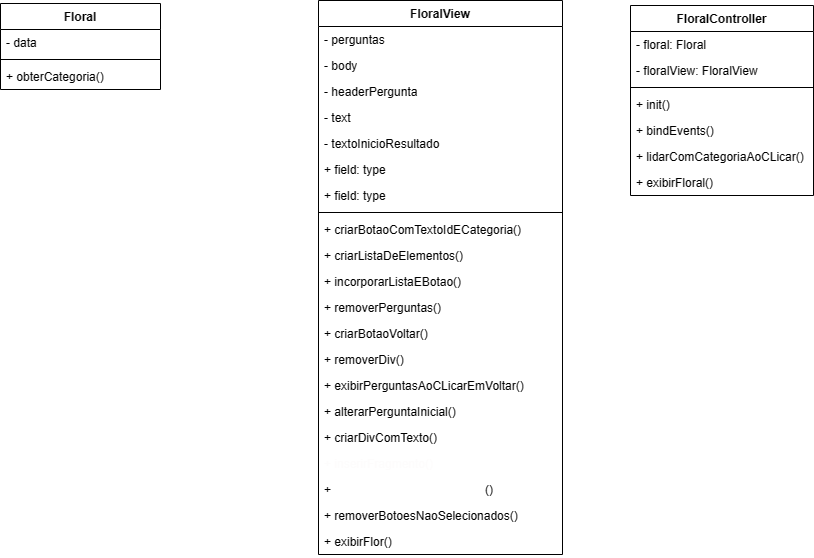
This is Diagramas UML/TCC.drawio.png from BrenoLima1/TCC, a draw.io export, as it was before one commit. Source tidied: cells renumbered, new cells last; positions are measured from the earlier drawing's top-left corner, leaving out a move shared by most shapes.
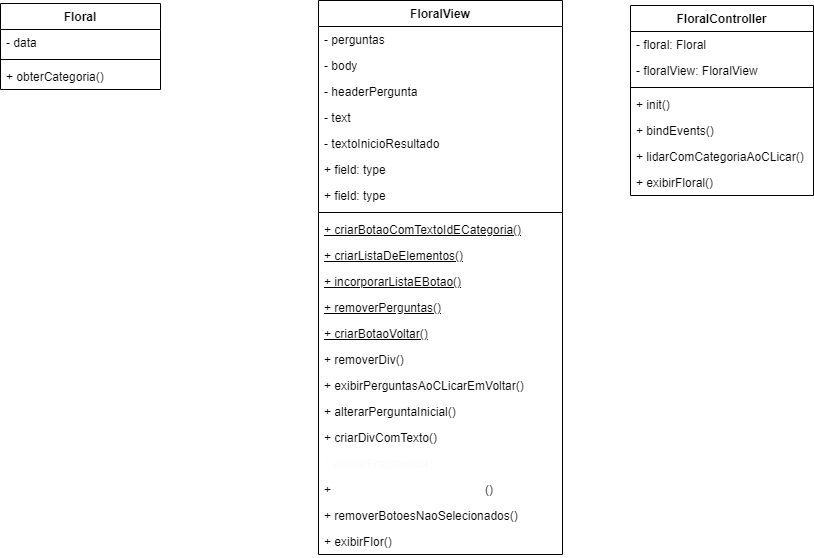
Later version of the same file.

What changed in the source:
```diff
@@ -29,19 +29,19 @@
     <mxCell id="10" style="line;strokeWidth=1;fillColor=none;align=left;verticalAlign=middle;spacingTop=-1;spacingLeft=3;spacingRight=3;labelPosition=right;strokeColor=inherit;" parent="2" vertex="1">
       <mxGeometry y="208" width="244" height="8" as="geometry" />
     </mxCell>
-    <mxCell id="11" value="+&amp;nbsp;criarBotaoComTextoIdECategoria()" style="text;strokeColor=none;fillColor=none;align=left;verticalAlign=top;spacingLeft=4;spacingRight=4;overflow=hidden;whiteSpace=wrap;html=1;" parent="2" vertex="1">
+    <mxCell id="11" value="&lt;u&gt;+&amp;nbsp;criarBotaoComTextoIdECategoria()&lt;/u&gt;" style="text;strokeColor=none;fillColor=none;align=left;verticalAlign=top;spacingLeft=4;spacingRight=4;overflow=hidden;whiteSpace=wrap;html=1;" parent="2" vertex="1">
       <mxGeometry y="216" width="244" height="26" as="geometry" />
     </mxCell>
-    <mxCell id="12" value="+ criarListaDeElementos()" style="text;strokeColor=none;fillColor=none;align=left;verticalAlign=top;spacingLeft=4;spacingRight=4;overflow=hidden;whiteSpace=wrap;html=1;" parent="2" vertex="1">
+    <mxCell id="12" value="&lt;u&gt;+ criarListaDeElementos()&lt;/u&gt;" style="text;strokeColor=none;fillColor=none;align=left;verticalAlign=top;spacingLeft=4;spacingRight=4;overflow=hidden;whiteSpace=wrap;html=1;" parent="2" vertex="1">
       <mxGeometry y="242" width="244" height="26" as="geometry" />
     </mxCell>
-    <mxCell id="13" value="+ incorporarListaEBotao()" style="text;strokeColor=none;fillColor=none;align=left;verticalAlign=top;spacingLeft=4;spacingRight=4;overflow=hidden;whiteSpace=wrap;html=1;" parent="2" vertex="1">
+    <mxCell id="13" value="&lt;u&gt;+ incorporarListaEBotao()&lt;/u&gt;" style="text;strokeColor=none;fillColor=none;align=left;verticalAlign=top;spacingLeft=4;spacingRight=4;overflow=hidden;whiteSpace=wrap;html=1;" parent="2" vertex="1">
       <mxGeometry y="268" width="244" height="26" as="geometry" />
     </mxCell>
-    <mxCell id="14" value="+ removerPerguntas()" style="text;strokeColor=none;fillColor=none;align=left;verticalAlign=top;spacingLeft=4;spacingRight=4;overflow=hidden;whiteSpace=wrap;html=1;" parent="2" vertex="1">
+    <mxCell id="14" value="&lt;u&gt;+ removerPerguntas()&lt;/u&gt;" style="text;strokeColor=none;fillColor=none;align=left;verticalAlign=top;spacingLeft=4;spacingRight=4;overflow=hidden;whiteSpace=wrap;html=1;" parent="2" vertex="1">
       <mxGeometry y="294" width="244" height="26" as="geometry" />
     </mxCell>
-    <mxCell id="15" value="+ criarBotaoVoltar()" style="text;strokeColor=none;fillColor=none;align=left;verticalAlign=top;spacingLeft=4;spacingRight=4;overflow=hidden;whiteSpace=wrap;html=1;" parent="2" vertex="1">
+    <mxCell id="15" value="&lt;u&gt;+ criarBotaoVoltar()&lt;/u&gt;" style="text;strokeColor=none;fillColor=none;align=left;verticalAlign=top;spacingLeft=4;spacingRight=4;overflow=hidden;whiteSpace=wrap;html=1;" parent="2" vertex="1">
       <mxGeometry y="320" width="244" height="26" as="geometry" />
     </mxCell>
     <mxCell id="16" value="+ removerDiv()" style="text;strokeColor=none;fillColor=none;align=left;verticalAlign=top;spacingLeft=4;spacingRight=4;overflow=hidden;whiteSpace=wrap;html=1;" parent="2" vertex="1">
```
